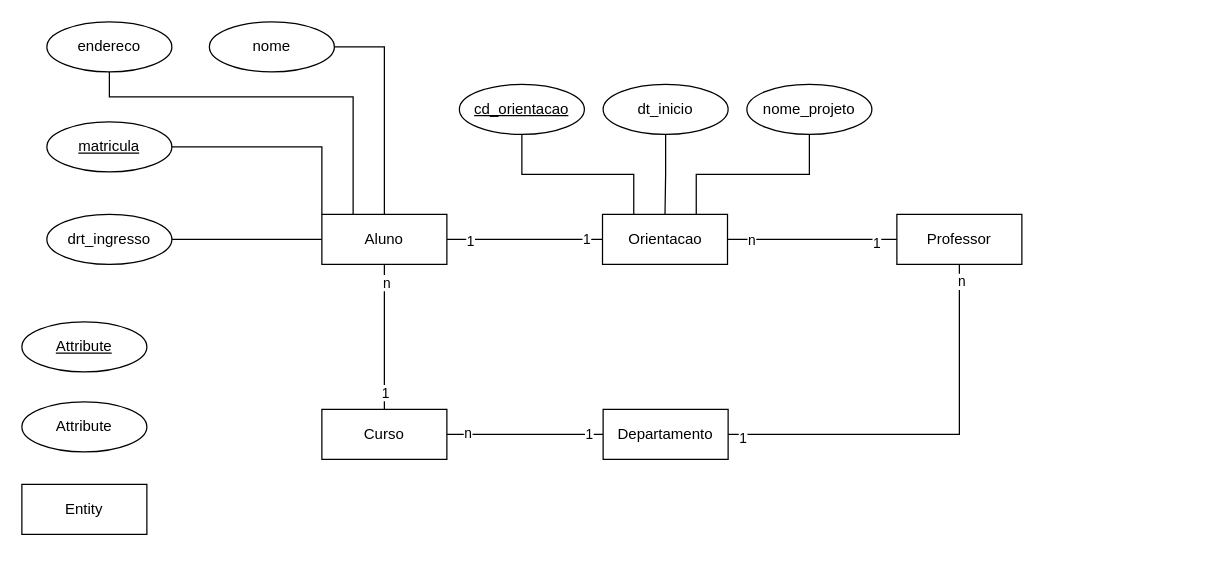
Above: Diagramas/Diagrama exercicio.drawio in bruniculos08/BAN1002 (draw.io), before the change. Source tidied: cells renumbered, new cells numbered last; positions are measured from the earlier drawing's top-left corner, leaving out a move shared by most shapes. Both pictures are drawn from the tidied source at 125%, with x=0, y=0 at pixel (21, 21).
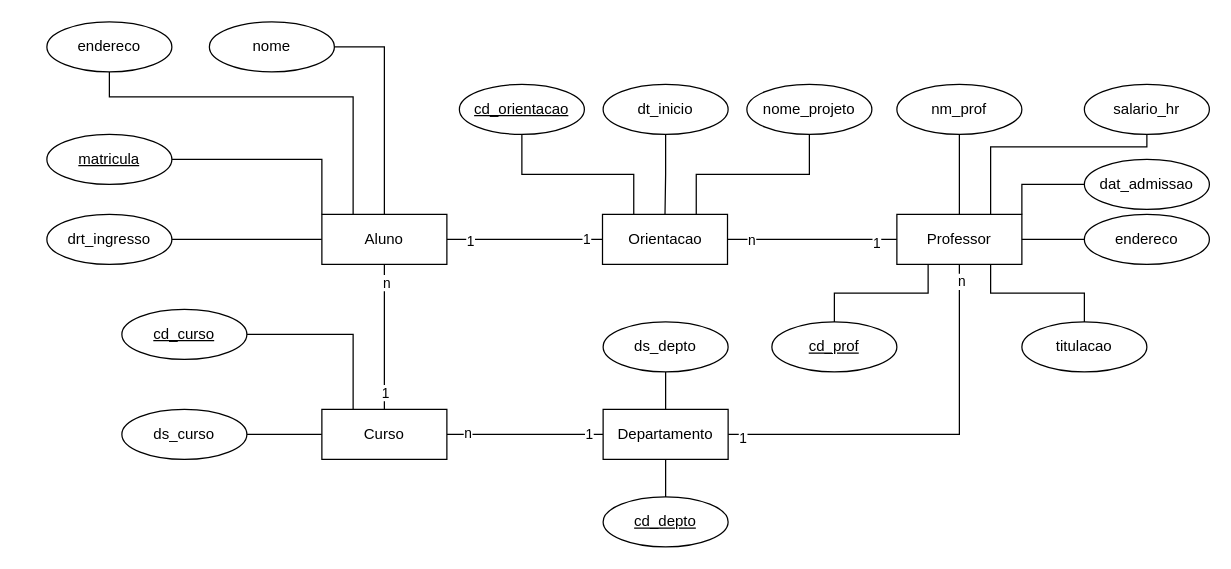
The same diagram, later.

The change refers to these unchanged cells:
```xml
<mxCell id="19" value="Professor" style="whiteSpace=wrap;html=1;align=center;" parent="1" vertex="1">
  <mxGeometry x="700" y="154" width="100" height="40" as="geometry" />
</mxCell>
<mxCell id="24" value="Curso" style="whiteSpace=wrap;html=1;align=center;" parent="1" vertex="1">
  <mxGeometry x="240" y="310" width="100" height="40" as="geometry" />
</mxCell>
<mxCell id="28" value="Departamento" style="whiteSpace=wrap;html=1;align=center;" parent="1" vertex="1">
  <mxGeometry x="465" y="310" width="100" height="40" as="geometry" />
</mxCell>
```

Diff of the diagram source:
```diff
@@
-    <mxCell id="13" value="Attribute" style="ellipse;whiteSpace=wrap;html=1;align=center;" parent="1" vertex="1">
-      <mxGeometry y="304" width="100" height="40" as="geometry" />
-    </mxCell>
-    <mxCell id="14" value="Attribute" style="ellipse;whiteSpace=wrap;html=1;align=center;fontStyle=4;" parent="1" vertex="1">
-      <mxGeometry y="240" width="100" height="40" as="geometry" />
-    </mxCell>
@@
+    <mxCell id="39" style="edgeStyle=orthogonalEdgeStyle;rounded=0;jettySize=auto;html=1;exitX=0.5;exitY=0;exitDx=0;exitDy=0;entryX=0.5;entryY=1;entryDx=0;entryDy=0;endArrow=none;endFill=0;" parent="1" edge="1" source="19" target="52">
+      <mxGeometry relative="1" as="geometry" />
+    </mxCell>
+    <mxCell id="40" style="edgeStyle=orthogonalEdgeStyle;rounded=0;jettySize=auto;html=1;exitX=0.75;exitY=1;exitDx=0;exitDy=0;endArrow=none;endFill=0;entryX=0.5;entryY=0;entryDx=0;entryDy=0;" parent="1" edge="1" source="19" target="53">
+      <mxGeometry relative="1" as="geometry" />
+    </mxCell>
+    <mxCell id="41" style="edgeStyle=orthogonalEdgeStyle;rounded=0;jettySize=auto;html=1;exitX=0.75;exitY=0;exitDx=0;exitDy=0;entryX=0.5;entryY=1;entryDx=0;entryDy=0;endArrow=none;endFill=0;" parent="1" edge="1" source="19" target="58">
+      <mxGeometry relative="1" as="geometry">
+        <Array as="points">
+          <mxPoint x="775" y="100" />
+          <mxPoint x="900" y="100" />
+        </Array>
+      </mxGeometry>
+    </mxCell>
@@
-    <mxCell id="20" value="Entity" style="whiteSpace=wrap;html=1;align=center;" parent="1" vertex="1">
-      <mxGeometry y="370" width="100" height="40" as="geometry" />
-    </mxCell>
@@
+    <mxCell id="42" style="edgeStyle=orthogonalEdgeStyle;rounded=0;jettySize=auto;html=1;exitX=0.25;exitY=0;exitDx=0;exitDy=0;entryX=1;entryY=0.5;entryDx=0;entryDy=0;endArrow=none;endFill=0;" parent="1" edge="1" source="24" target="45">
+      <mxGeometry relative="1" as="geometry" />
+    </mxCell>
+    <mxCell id="43" style="edgeStyle=orthogonalEdgeStyle;rounded=0;jettySize=auto;html=1;exitX=0;exitY=0.5;exitDx=0;exitDy=0;entryX=1;entryY=0.5;entryDx=0;entryDy=0;endArrow=none;endFill=0;" parent="1" edge="1" source="24" target="46">
+      <mxGeometry relative="1" as="geometry" />
+    </mxCell>
@@
+    <mxCell id="44" style="edgeStyle=orthogonalEdgeStyle;rounded=0;jettySize=auto;html=1;exitX=0.5;exitY=1;exitDx=0;exitDy=0;entryX=0.5;entryY=0;entryDx=0;entryDy=0;endArrow=none;endFill=0;" parent="1" edge="1" source="28" target="47">
+      <mxGeometry relative="1" as="geometry" />
+    </mxCell>
@@
     <mxCell id="35" value="matricula" style="ellipse;whiteSpace=wrap;html=1;align=center;fontStyle=4;" parent="1" vertex="1">
-      <mxGeometry x="20" y="80" width="100" height="40" as="geometry" />
+      <mxGeometry x="20" y="90" width="100" height="40" as="geometry" />
     </mxCell>
@@
+    <mxCell id="45" value="cd_curso" style="ellipse;whiteSpace=wrap;html=1;align=center;fontStyle=4;" parent="1" vertex="1">
+      <mxGeometry x="80" y="230" width="100" height="40" as="geometry" />
+    </mxCell>
+    <mxCell id="46" value="ds_curso" style="ellipse;whiteSpace=wrap;html=1;align=center;" parent="1" vertex="1">
+      <mxGeometry x="80" y="310" width="100" height="40" as="geometry" />
+    </mxCell>
+    <mxCell id="47" value="cd_depto" style="ellipse;whiteSpace=wrap;html=1;align=center;fontStyle=4;" parent="1" vertex="1">
+      <mxGeometry x="465" y="380" width="100" height="40" as="geometry" />
+    </mxCell>
+    <mxCell id="48" style="edgeStyle=orthogonalEdgeStyle;rounded=0;jettySize=auto;html=1;exitX=0.5;exitY=1;exitDx=0;exitDy=0;entryX=0.5;entryY=0;entryDx=0;entryDy=0;endArrow=none;endFill=0;" parent="1" edge="1" source="49" target="28">
+      <mxGeometry relative="1" as="geometry" />
+    </mxCell>
+    <mxCell id="49" value="ds_depto" style="ellipse;whiteSpace=wrap;html=1;align=center;" parent="1" vertex="1">
+      <mxGeometry x="465" y="240" width="100" height="40" as="geometry" />
+    </mxCell>
+    <mxCell id="50" style="edgeStyle=orthogonalEdgeStyle;rounded=0;jettySize=auto;html=1;exitX=0.5;exitY=0;exitDx=0;exitDy=0;entryX=0.25;entryY=1;entryDx=0;entryDy=0;endArrow=none;endFill=0;" parent="1" edge="1" source="51" target="19">
+      <mxGeometry relative="1" as="geometry" />
+    </mxCell>
+    <mxCell id="51" value="cd_prof" style="ellipse;whiteSpace=wrap;html=1;align=center;fontStyle=4;" parent="1" vertex="1">
+      <mxGeometry x="600" y="240" width="100" height="40" as="geometry" />
+    </mxCell>
+    <mxCell id="52" value="nm_prof" style="ellipse;whiteSpace=wrap;html=1;align=center;" parent="1" vertex="1">
+      <mxGeometry x="700" y="50" width="100" height="40" as="geometry" />
+    </mxCell>
+    <mxCell id="53" value="titulacao" style="ellipse;whiteSpace=wrap;html=1;align=center;" parent="1" vertex="1">
+      <mxGeometry x="800" y="240" width="100" height="40" as="geometry" />
+    </mxCell>
+    <mxCell id="54" style="edgeStyle=orthogonalEdgeStyle;rounded=0;jettySize=auto;html=1;exitX=0;exitY=0.5;exitDx=0;exitDy=0;endArrow=none;endFill=0;entryX=1;entryY=0.5;entryDx=0;entryDy=0;" parent="1" edge="1" source="55" target="19">
+      <mxGeometry relative="1" as="geometry" />
+    </mxCell>
+    <mxCell id="55" value="endereco" style="ellipse;whiteSpace=wrap;html=1;align=center;" parent="1" vertex="1">
+      <mxGeometry x="850" y="154" width="100" height="40" as="geometry" />
+    </mxCell>
+    <mxCell id="56" style="edgeStyle=orthogonalEdgeStyle;rounded=0;jettySize=auto;html=1;exitX=0;exitY=0.5;exitDx=0;exitDy=0;entryX=1;entryY=0;entryDx=0;entryDy=0;endArrow=none;endFill=0;" parent="1" edge="1" source="57" target="19">
+      <mxGeometry relative="1" as="geometry" />
+    </mxCell>
+    <mxCell id="57" value="dat_admissao" style="ellipse;whiteSpace=wrap;html=1;align=center;" parent="1" vertex="1">
+      <mxGeometry x="850" y="110" width="100" height="40" as="geometry" />
+    </mxCell>
+    <mxCell id="58" value="salario_hr" style="ellipse;whiteSpace=wrap;html=1;align=center;" parent="1" vertex="1">
+      <mxGeometry x="850" y="50" width="100" height="40" as="geometry" />
+    </mxCell>
```
